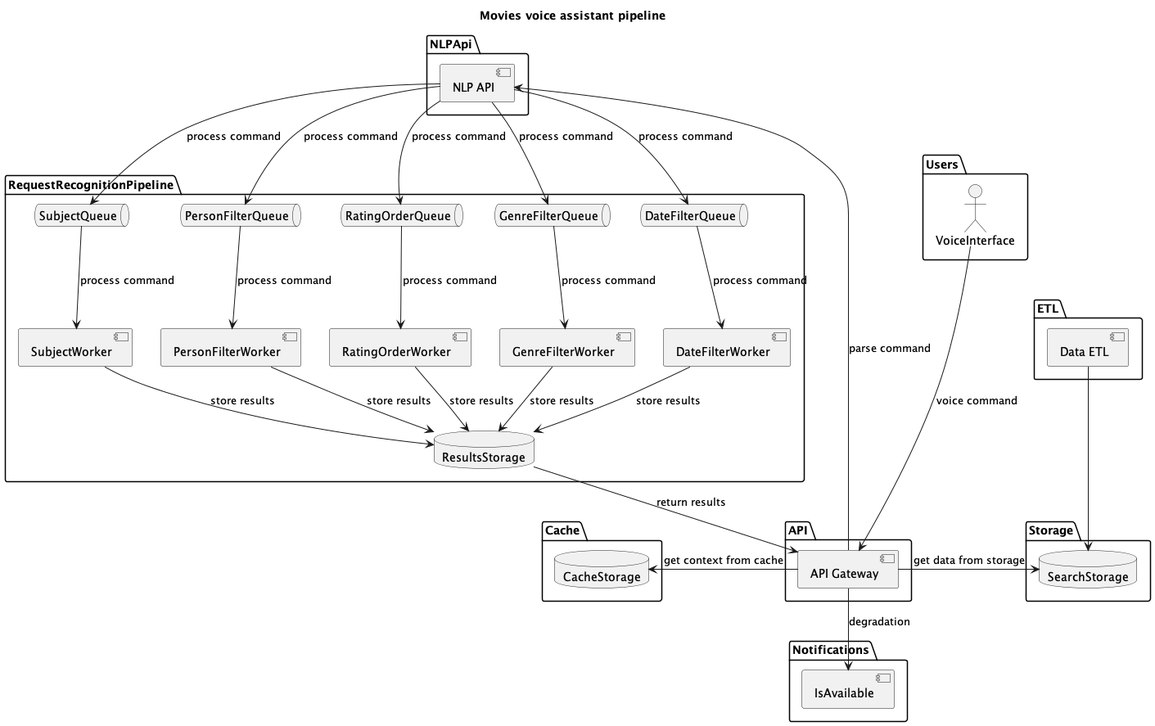
Above: docs/s2-project-_b_Movies_voice_assistant_pipeline__b_.png in artwist-polyakov/voice_assistant_midpy (PlantUML), before the change.
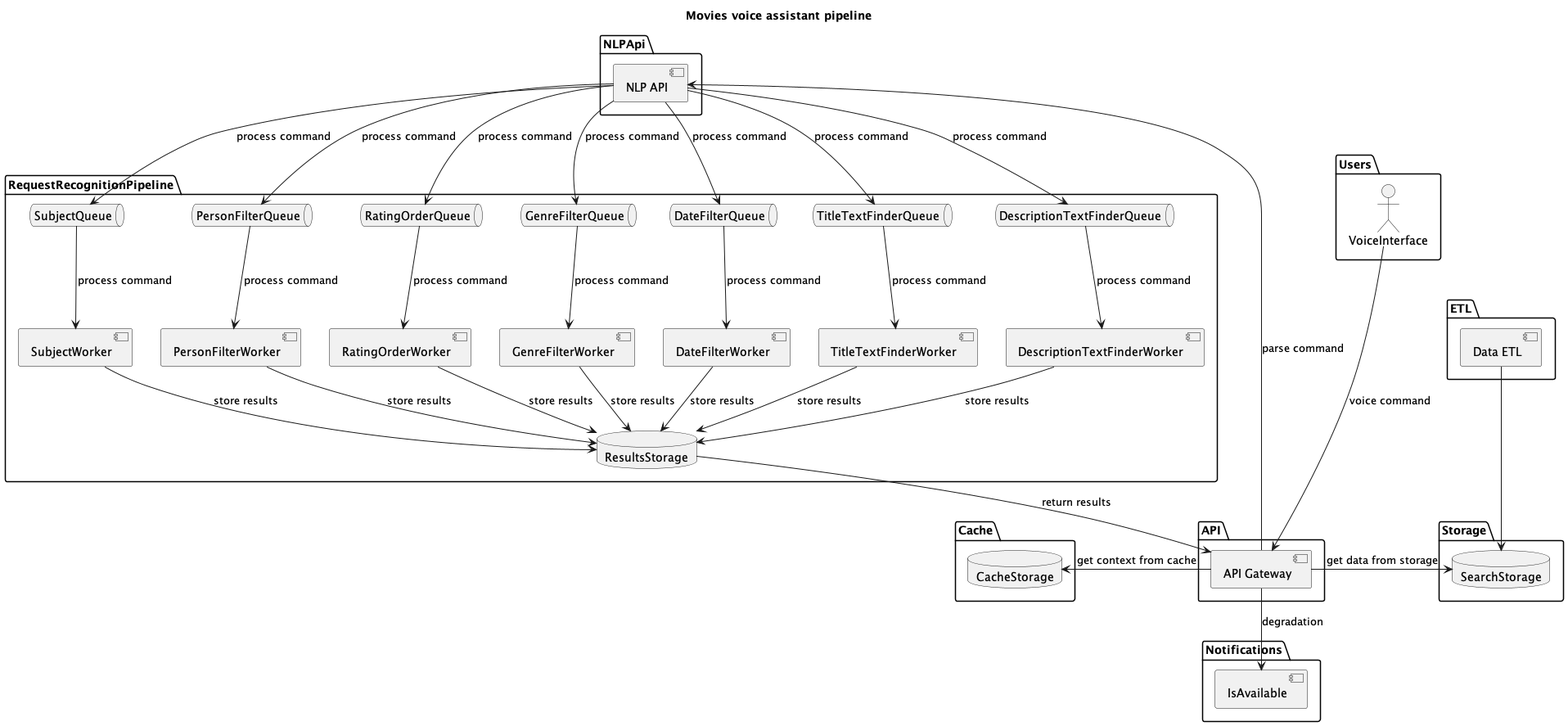
The same file after the commit.

Commit message:
дополняет схему двумя пайплайнами

Diff of the diagram source:
```diff
@@ -39,12 +39,16 @@
     queue RatingOrderQueue
     queue GenreFilterQueue
     queue DateFilterQueue
+    queue TitleTextFinderQueue
+    queue DescriptionTextFinderQueue
     database ResultsStorage
     [SubjectWorker]
     [PersonFilterWorker]
     [RatingOrderWorker]
     [GenreFilterWorker]
     [DateFilterWorker]
+    [TitleTextFinderWorker]
+    [DescriptionTextFinderWorker]
 }
 
 VoiceInterface --down--> [API Gateway] : voice command
@@ -54,16 +58,22 @@
 [NLP API] --> RatingOrderQueue : process command
 [NLP API] --> GenreFilterQueue : process command
 [NLP API] --> DateFilterQueue : process command
+[NLP API] --> TitleTextFinderQueue : process command
+[NLP API] --> DescriptionTextFinderQueue : process command
 SubjectQueue --> [SubjectWorker] : process command
 PersonFilterQueue --> [PersonFilterWorker] : process command
 RatingOrderQueue --> [RatingOrderWorker] : process command
 GenreFilterQueue --> [GenreFilterWorker] : process command
 DateFilterQueue --> [DateFilterWorker] : process command
+TitleTextFinderQueue --> [TitleTextFinderWorker] : process command
+DescriptionTextFinderQueue --> [DescriptionTextFinderWorker] : process command
 [SubjectWorker] --> ResultsStorage : store results
 [PersonFilterWorker] --> ResultsStorage : store results
 [RatingOrderWorker] --> ResultsStorage : store results
 [GenreFilterWorker] --> ResultsStorage : store results
 [DateFilterWorker] --> ResultsStorage : store results
+[TitleTextFinderWorker] --> ResultsStorage : store results
+[DescriptionTextFinderWorker] --> ResultsStorage : store results
 ResultsStorage --> [API Gateway] : return results
 
 [API Gateway] -left-> CacheStorage : get context from cache
```
